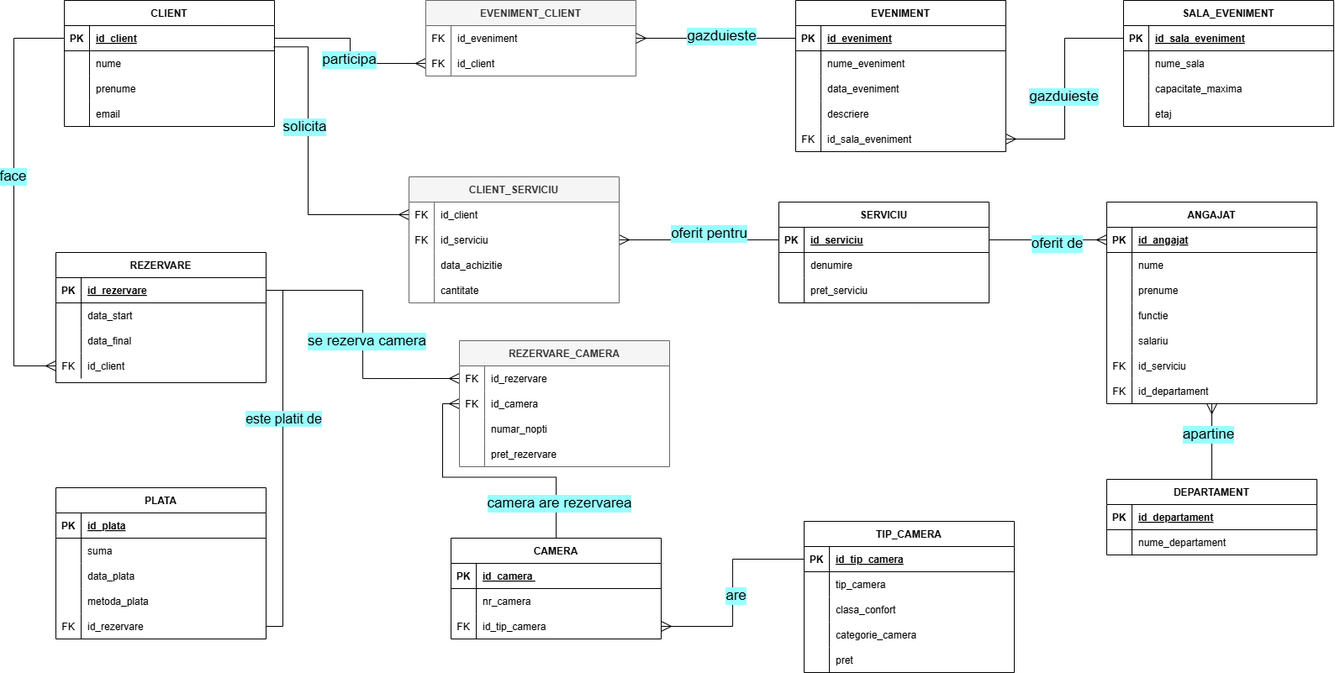
diana-clinciu/MODBD keeps this draw.io diagram as MODBD/Diagrame/MODBD_DC.drawio.png. Above is the earlier version. Source tidied: cells renumbered, new cells last; positions are measured from the earlier drawing's top-left corner, leaving out a move shared by most shapes.
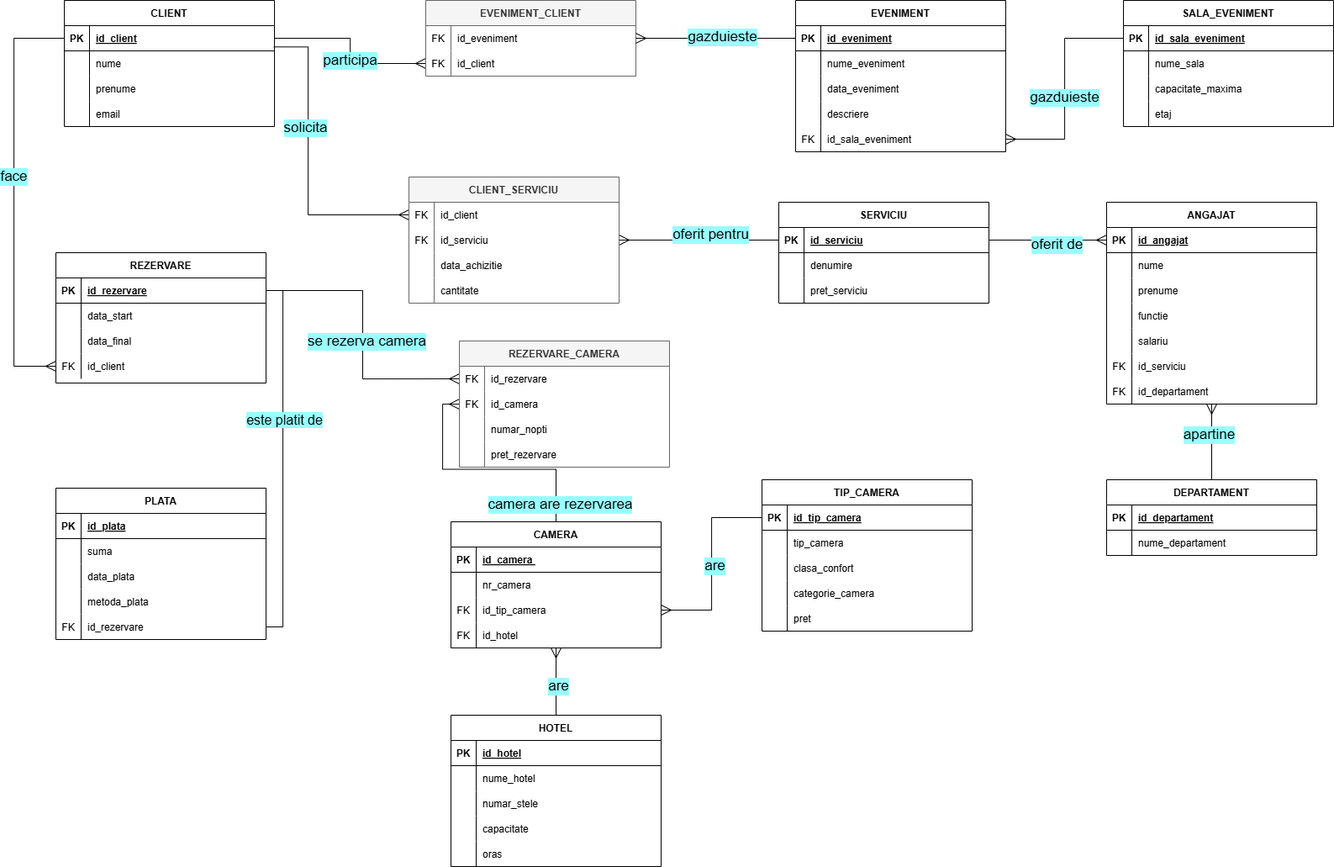
Later version of the same file.

What changed in the source:
```diff
@@ -220,7 +220,7 @@
       <mxGeometry relative="1" as="geometry" />
     </mxCell>
     <mxCell id="69" value="CAMERA" style="shape=table;startSize=30;rowLines=0;fontStyle=1;align=center;" parent="1" vertex="1">
-      <mxGeometry x="520" y="640" width="250" height="120" as="geometry" />
+      <mxGeometry x="520" y="620" width="250" height="150" as="geometry" />
     </mxCell>
     <mxCell id="70" style="shape=tableRow;horizontal=0;startSize=0;swimlaneHead=0;swimlaneBody=0;fillColor=none;strokeColor=inherit;top=0;left=0;right=0;bottom=1;" parent="69" vertex="1">
       <mxGeometry y="30" width="250" height="30" as="geometry" />
@@ -249,6 +249,15 @@
     <mxCell id="78" value="id_tip_camera" style="shape=partialRectangle;overflow=hidden;fillColor=none;align=left;strokeColor=inherit;top=0;left=0;bottom=0;right=0;spacingLeft=6;" parent="76" vertex="1">
       <mxGeometry x="30" width="220" height="30" as="geometry" />
     </mxCell>
+    <mxCell id="195" style="shape=tableRow;horizontal=0;startSize=0;swimlaneHead=0;swimlaneBody=0;fillColor=none;strokeColor=inherit;top=0;left=0;right=0;bottom=0;" parent="69" vertex="1">
+      <mxGeometry y="120" width="250" height="30" as="geometry" />
+    </mxCell>
+    <mxCell id="196" value="FK" style="shape=partialRectangle;overflow=hidden;fillColor=none;strokeColor=inherit;top=0;left=0;bottom=0;right=0;" parent="195" vertex="1">
+      <mxGeometry width="30" height="30" as="geometry" />
+    </mxCell>
+    <mxCell id="197" value="id_hotel" style="shape=partialRectangle;overflow=hidden;fillColor=none;align=left;strokeColor=inherit;top=0;left=0;bottom=0;right=0;spacingLeft=6;" parent="195" vertex="1">
+      <mxGeometry x="30" width="220" height="30" as="geometry" />
+    </mxCell>
     <mxCell id="79" value="PLATA" style="shape=table;startSize=30;rowLines=0;fontStyle=1;align=center;" parent="1" vertex="1">
       <mxGeometry x="50" y="580" width="250" height="180" as="geometry" />
     </mxCell>
@@ -370,7 +379,7 @@
       <mxGeometry x="0.15" y="-5" relative="1" as="geometry" />
     </mxCell>
     <mxCell id="119" value="TIP_CAMERA" style="shape=table;startSize=30;rowLines=0;fontStyle=1;align=center;" parent="1" vertex="1">
-      <mxGeometry x="940" y="620" width="250" height="180" as="geometry" />
+      <mxGeometry x="890" y="570" width="250" height="180" as="geometry" />
     </mxCell>
     <mxCell id="120" style="shape=tableRow;horizontal=0;startSize=0;swimlaneHead=0;swimlaneBody=0;fillColor=none;points=[[0,0.5],[1,0.5]];portConstraint=eastwest;strokeColor=inherit;top=0;left=0;right=0;bottom=1;" parent="119" vertex="1">
       <mxGeometry y="30" width="250" height="30" as="geometry" />
@@ -601,5 +610,61 @@
         <mxPoint x="-6" y="-1" as="offset" />
       </mxGeometry>
     </mxCell>
+    <mxCell id="198" value="HOTEL" style="shape=table;startSize=30;rowLines=0;fontStyle=1;align=center;" parent="1" vertex="1">
+      <mxGeometry x="520" y="850" width="250" height="180" as="geometry" />
+    </mxCell>
+    <mxCell id="199" style="shape=tableRow;horizontal=0;startSize=0;swimlaneHead=0;swimlaneBody=0;fillColor=none;strokeColor=inherit;top=0;left=0;right=0;bottom=1;" parent="198" vertex="1">
+      <mxGeometry y="30" width="250" height="30" as="geometry" />
+    </mxCell>
+    <mxCell id="200" value="PK" style="shape=partialRectangle;overflow=hidden;fillColor=none;strokeColor=inherit;top=0;left=0;bottom=0;right=0;fontStyle=1;" parent="199" vertex="1">
+      <mxGeometry width="30" height="30" as="geometry" />
+    </mxCell>
+    <mxCell id="201" value="id_hotel" style="shape=partialRectangle;overflow=hidden;fillColor=none;align=left;strokeColor=inherit;top=0;left=0;bottom=0;right=0;spacingLeft=6;fontStyle=5;" parent="199" vertex="1">
+      <mxGeometry x="30" width="220" height="30" as="geometry" />
+    </mxCell>
+    <mxCell id="202" style="shape=tableRow;horizontal=0;startSize=0;swimlaneHead=0;swimlaneBody=0;fillColor=none;strokeColor=inherit;top=0;left=0;right=0;bottom=0;" parent="198" vertex="1">
+      <mxGeometry y="60" width="250" height="30" as="geometry" />
+    </mxCell>
+    <mxCell id="203" style="shape=partialRectangle;overflow=hidden;fillColor=none;strokeColor=inherit;top=0;left=0;bottom=0;right=0;" parent="202" vertex="1">
+      <mxGeometry width="30" height="30" as="geometry" />
+    </mxCell>
+    <mxCell id="204" value="nume_hotel" style="shape=partialRectangle;overflow=hidden;fillColor=none;align=left;strokeColor=inherit;top=0;left=0;bottom=0;right=0;spacingLeft=6;" parent="202" vertex="1">
+      <mxGeometry x="30" width="220" height="30" as="geometry" />
+    </mxCell>
+    <mxCell id="205" style="shape=tableRow;horizontal=0;startSize=0;swimlaneHead=0;swimlaneBody=0;fillColor=none;strokeColor=inherit;top=0;left=0;right=0;bottom=0;" parent="198" vertex="1">
+      <mxGeometry y="90" width="250" height="30" as="geometry" />
+    </mxCell>
+    <mxCell id="206" style="shape=partialRectangle;overflow=hidden;fillColor=none;strokeColor=inherit;top=0;left=0;bottom=0;right=0;" parent="205" vertex="1">
+      <mxGeometry width="30" height="30" as="geometry" />
+    </mxCell>
+    <mxCell id="207" value="numar_stele" style="shape=partialRectangle;overflow=hidden;fillColor=none;align=left;strokeColor=inherit;top=0;left=0;bottom=0;right=0;spacingLeft=6;" parent="205" vertex="1">
+      <mxGeometry x="30" width="220" height="30" as="geometry" />
+    </mxCell>
+    <mxCell id="208" style="shape=tableRow;horizontal=0;startSize=0;swimlaneHead=0;swimlaneBody=0;fillColor=none;strokeColor=inherit;top=0;left=0;right=0;bottom=0;" parent="198" vertex="1">
+      <mxGeometry y="120" width="250" height="30" as="geometry" />
+    </mxCell>
+    <mxCell id="209" style="shape=partialRectangle;overflow=hidden;fillColor=none;strokeColor=inherit;top=0;left=0;bottom=0;right=0;" parent="208" vertex="1">
+      <mxGeometry width="30" height="30" as="geometry" />
+    </mxCell>
+    <mxCell id="210" value="capacitate" style="shape=partialRectangle;overflow=hidden;fillColor=none;align=left;strokeColor=inherit;top=0;left=0;bottom=0;right=0;spacingLeft=6;" parent="208" vertex="1">
+      <mxGeometry x="30" width="220" height="30" as="geometry" />
+    </mxCell>
+    <mxCell id="211" style="shape=tableRow;horizontal=0;startSize=0;swimlaneHead=0;swimlaneBody=0;fillColor=none;strokeColor=inherit;top=0;left=0;right=0;bottom=0;" parent="198" vertex="1">
+      <mxGeometry y="150" width="250" height="30" as="geometry" />
+    </mxCell>
+    <mxCell id="212" style="shape=partialRectangle;overflow=hidden;fillColor=none;strokeColor=inherit;top=0;left=0;bottom=0;right=0;" parent="211" vertex="1">
+      <mxGeometry width="30" height="30" as="geometry" />
+    </mxCell>
+    <mxCell id="213" value="oras" style="shape=partialRectangle;overflow=hidden;fillColor=none;align=left;strokeColor=inherit;top=0;left=0;bottom=0;right=0;spacingLeft=6;" parent="211" vertex="1">
+      <mxGeometry x="30" width="220" height="30" as="geometry" />
+    </mxCell>
+    <mxCell id="214" style="edgeStyle=orthogonalEdgeStyle;rounded=0;jettySize=auto;html=1;endArrow=ERmany;endFill=0;endSize=10;startSize=10;" parent="1" edge="1" source="198" target="69">
+      <mxGeometry relative="1" as="geometry" />
+    </mxCell>
+    <mxCell id="215" value="are" style="edgeLabel;html=1;align=center;verticalAlign=middle;labelBackgroundColor=light-dark(#99FFFF,#FFFFFF);fontSize=17;" parent="1" vertex="1">
+      <mxGeometry x="655" y="820" as="geometry">
+        <mxPoint x="-8" y="-5" as="offset" />
+      </mxGeometry>
+    </mxCell>
   </root>
 </mxGraphModel>
```
